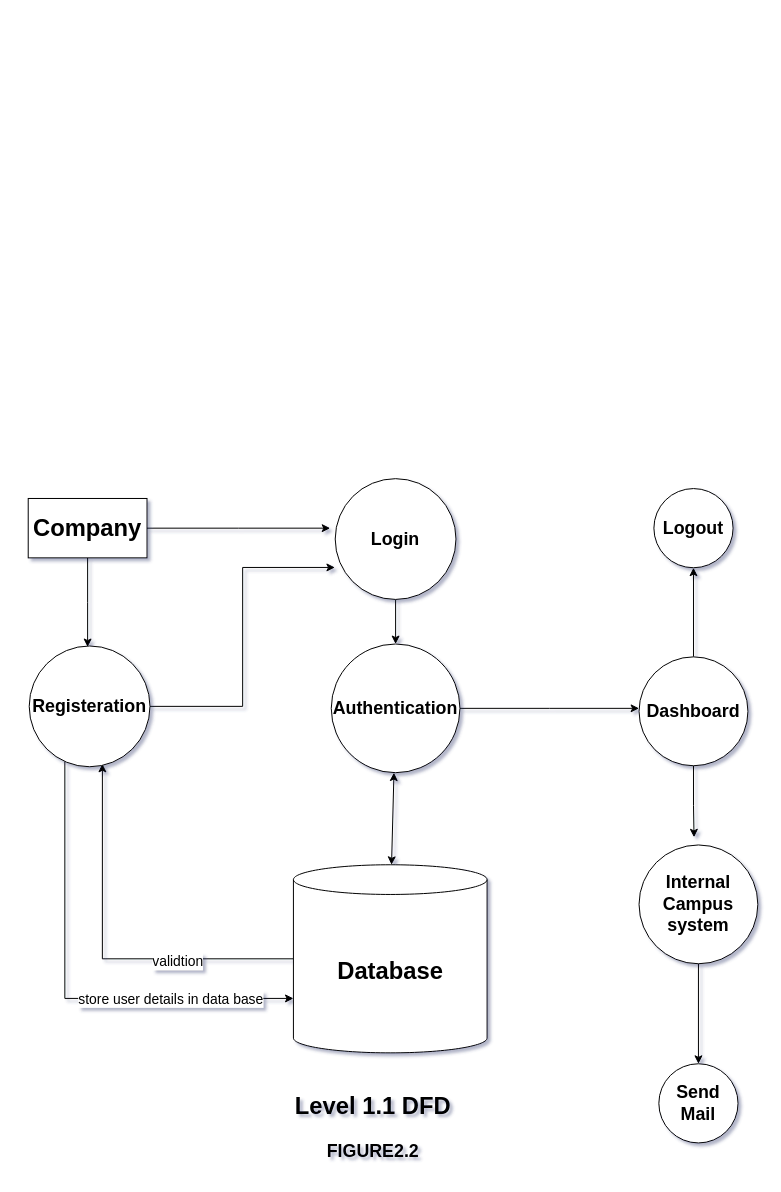
Above: company/level 1.1 DFD.drawio in bhatkt71/campus (draw.io), before the change. Source tidied: cells renumbered, new cells numbered last; positions are measured from the earlier drawing's top-left corner, leaving out a move shared by most shapes. Both pictures are drawn from the tidied source at 99%, with x=0, y=0 at pixel (28, 478).
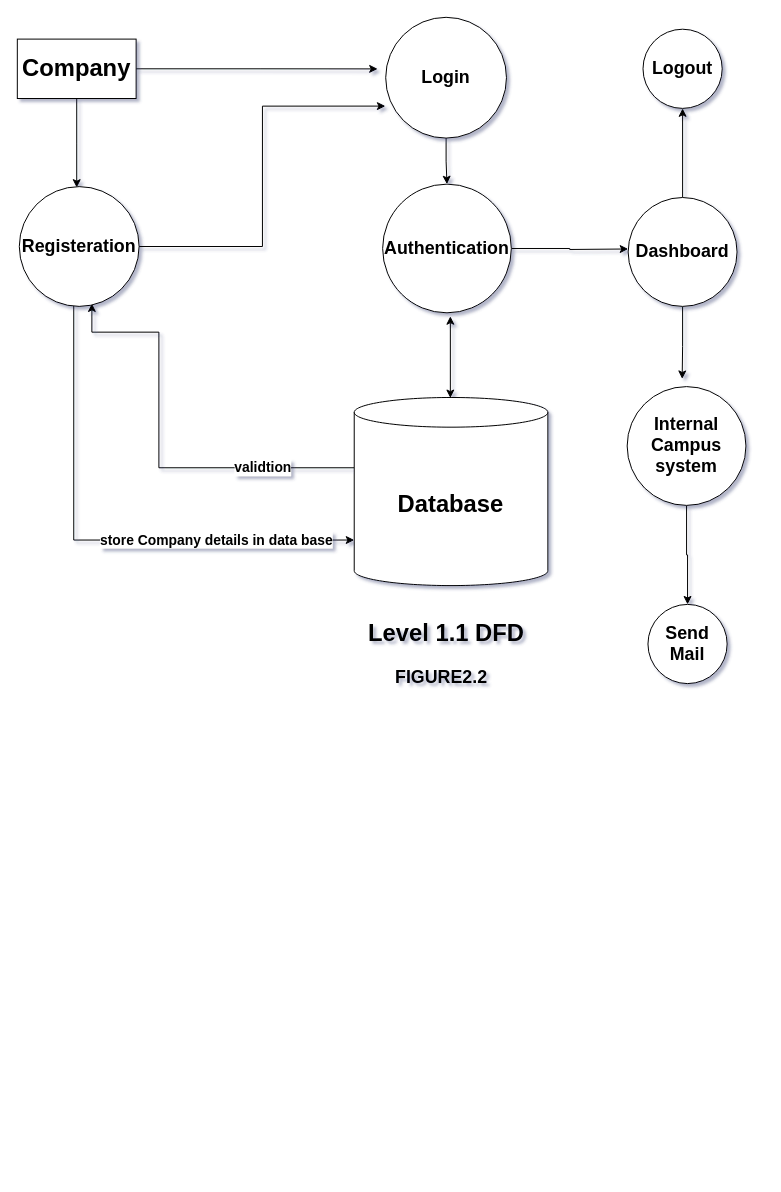
After the change.

What changed in the source:
```diff
@@
     <mxCell id="2" style="edgeStyle=orthogonalEdgeStyle;rounded=0;jettySize=auto;html=1;entryX=0.5;entryY=0;entryDx=0;entryDy=0;" parent="1" edge="1" source="4">
       <mxGeometry relative="1" as="geometry">
-        <mxPoint x="60" y="170" as="targetPoint" />
+        <mxPoint x="49" y="-294" as="targetPoint" />
       </mxGeometry>
     </mxCell>
-    <mxCell id="3" style="edgeStyle=orthogonalEdgeStyle;rounded=0;jettySize=auto;html=1;" parent="1" edge="1" source="4">
-      <mxGeometry relative="1" as="geometry">
-        <mxPoint x="305" y="50" as="targetPoint" />
-      </mxGeometry>
-    </mxCell>
+    <mxCell id="26" style="edgeStyle=orthogonalEdgeStyle;rounded=0;jettySize=auto;html=1;entryX=-0.067;entryY=0.427;entryDx=0;entryDy=0;entryPerimeter=0;" parent="1" edge="1" source="4" target="13">
+      <mxGeometry relative="1" as="geometry" />
+    </mxCell>
     <mxCell id="4" value="&lt;font style=&quot;font-size: 24px;&quot;&gt;&lt;b&gt;Company&lt;/b&gt;&lt;/font&gt;" style="whiteSpace=wrap;html=1;" parent="1" vertex="1">
-      <mxGeometry y="20" width="120" height="60" as="geometry" />
+      <mxGeometry x="-11" y="-444" width="120" height="60" as="geometry" />
     </mxCell>
     <mxCell id="5" style="edgeStyle=orthogonalEdgeStyle;rounded=0;jettySize=auto;html=1;entryX=0.606;entryY=0.976;entryDx=0;entryDy=0;entryPerimeter=0;" parent="1" edge="1" source="7" target="11">
-      <mxGeometry relative="1" as="geometry" />
+      <mxGeometry relative="1" as="geometry">
+        <Array as="points">
+          <mxPoint x="132" y="-11" />
+          <mxPoint x="132" y="-148" />
+          <mxPoint x="64" y="-148" />
+        </Array>
+      </mxGeometry>
     </mxCell>
-    <mxCell id="6" value="&lt;font style=&quot;font-size: 14px;&quot;&gt;validtion&lt;/font&gt;" style="edgeLabel;html=1;align=center;verticalAlign=middle;" parent="5" vertex="1">
-      <mxGeometry x="-0.4" y="2" relative="1" as="geometry" />
+    <mxCell id="6" value="&lt;font style=&quot;font-size: 14px;&quot;&gt;&lt;b&gt;validtion&lt;/b&gt;&lt;/font&gt;" style="edgeLabel;html=1;align=center;verticalAlign=middle;" parent="5" vertex="1">
+      <mxGeometry x="-0.4" y="2" relative="1" as="geometry">
+        <mxPoint x="36" y="-3" as="offset" />
+      </mxGeometry>
     </mxCell>
     <mxCell id="7" value="&lt;font style=&quot;font-size: 24px;&quot;&gt;&lt;b&gt;Database&lt;/b&gt;&lt;/font&gt;" style="shape=cylinder3;whiteSpace=wrap;html=1;boundedLbl=1;backgroundOutline=1;size=15;" parent="1" vertex="1">
-      <mxGeometry x="267.9" y="390" width="195.6" height="190" as="geometry" />
+      <mxGeometry x="329.3" y="-82" width="195.6" height="190" as="geometry" />
     </mxCell>
@@
-    <mxCell id="9" style="edgeStyle=orthogonalEdgeStyle;rounded=0;jettySize=auto;html=1;entryX=0;entryY=0;entryDx=0;entryDy=135;entryPerimeter=0;" parent="1" edge="1" source="11" target="7">
-      <mxGeometry relative="1" as="geometry">
-        <Array as="points">
-          <mxPoint x="37" y="525" />
-        </Array>
-      </mxGeometry>
-    </mxCell>
-    <mxCell id="10" value="&lt;font style=&quot;font-size: 14px;&quot;&gt;store user details in data base&lt;/font&gt;" style="edgeLabel;html=1;align=center;verticalAlign=middle;" parent="9" vertex="1">
-      <mxGeometry x="0.47" relative="1" as="geometry" />
-    </mxCell>
+    <mxCell id="27" style="edgeStyle=orthogonalEdgeStyle;rounded=0;jettySize=auto;html=1;" parent="1" edge="1" target="7">
+      <mxGeometry relative="1" as="geometry">
+        <mxPoint x="46" y="-177" as="sourcePoint" />
+        <Array as="points">
+          <mxPoint x="46" y="62" />
+        </Array>
+      </mxGeometry>
+    </mxCell>
+    <mxCell id="28" value="&lt;b style=&quot;border-color: var(--border-color); font-size: 14px;&quot;&gt;store Company details in data base&lt;/b&gt;" style="edgeLabel;html=1;align=center;verticalAlign=middle;" parent="27" vertex="1">
+      <mxGeometry x="0.46" y="-2" relative="1" as="geometry">
+        <mxPoint x="1" y="-3" as="offset" />
+      </mxGeometry>
+    </mxCell>
     <mxCell id="11" value="&lt;span style=&quot;border-color: var(--border-color);&quot;&gt;&lt;font style=&quot;font-size: 18px;&quot;&gt;&lt;b&gt;Registeration&lt;/b&gt;&lt;/font&gt;&lt;/span&gt;" style="ellipse;whiteSpace=wrap;html=1;" parent="1" vertex="1">
-      <mxGeometry x="1" y="169" width="122" height="122" as="geometry" />
+      <mxGeometry x="-9" y="-295" width="121" height="121" as="geometry" />
     </mxCell>
@@
     <mxCell id="13" value="&lt;b style=&quot;border-color: var(--border-color);&quot;&gt;&lt;font style=&quot;font-size: 18px;&quot;&gt;Login&lt;/font&gt;&lt;/b&gt;" style="ellipse;whiteSpace=wrap;html=1;" parent="1" vertex="1">
-      <mxGeometry x="310.1" width="122" height="122" as="geometry" />
+      <mxGeometry x="361.1" y="-466" width="122" height="122" as="geometry" />
     </mxCell>
     <mxCell id="14" style="edgeStyle=orthogonalEdgeStyle;rounded=0;jettySize=auto;html=1;" parent="1" edge="1" source="15">
       <mxGeometry relative="1" as="geometry">
-        <mxPoint x="617" y="232" as="targetPoint" />
+        <mxPoint x="606" y="-232" as="targetPoint" />
       </mxGeometry>
     </mxCell>
     <mxCell id="15" value="&lt;b style=&quot;border-color: var(--border-color);&quot;&gt;&lt;font style=&quot;font-size: 18px;&quot;&gt;Authentication&lt;/font&gt;&lt;/b&gt;" style="ellipse;whiteSpace=wrap;html=1;" parent="1" vertex="1">
-      <mxGeometry x="306.1" y="167" width="130" height="130" as="geometry" />
+      <mxGeometry x="358" y="-297.5" width="130" height="130" as="geometry" />
     </mxCell>
     <mxCell id="16" value="&lt;b style=&quot;border-color: var(--border-color);&quot;&gt;&lt;font style=&quot;font-size: 18px;&quot;&gt;Logout&lt;/font&gt;&lt;/b&gt;" style="ellipse;whiteSpace=wrap;html=1;" parent="1" vertex="1">
-      <mxGeometry x="632" y="10" width="80" height="80" as="geometry" />
+      <mxGeometry x="621" y="-454" width="80" height="80" as="geometry" />
     </mxCell>
@@
     <mxCell id="19" value="&lt;b style=&quot;border-color: var(--border-color);&quot;&gt;&lt;font style=&quot;font-size: 18px;&quot;&gt;Dashboard&lt;/font&gt;&lt;/b&gt;" style="ellipse;whiteSpace=wrap;html=1;" parent="1" vertex="1">
-      <mxGeometry x="617" y="180" width="110" height="110" as="geometry" />
+      <mxGeometry x="606" y="-284" width="110" height="110" as="geometry" />
     </mxCell>
@@
     <mxCell id="21" value="&lt;b style=&quot;border-color: var(--border-color);&quot;&gt;&lt;font style=&quot;font-size: 18px;&quot;&gt;Internal Campus system&lt;/font&gt;&lt;/b&gt;" style="ellipse;whiteSpace=wrap;html=1;" parent="1" vertex="1">
-      <mxGeometry x="617" y="370" width="120" height="120" as="geometry" />
+      <mxGeometry x="605" y="-93" width="120" height="120" as="geometry" />
     </mxCell>
-    <mxCell id="22" style="endArrow=classic;startArrow=classic;html=1;rounded=0;" parent="1" edge="1" target="15">
-      <mxGeometry relative="1" as="geometry">
-        <mxPoint x="367" y="390" as="sourcePoint" />
-      </mxGeometry>
-    </mxCell>
     <mxCell id="23" value="&lt;font style=&quot;font-size: 24px;&quot;&gt;&lt;b&gt;Level 1.1 DFD&lt;/b&gt;&lt;/font&gt;" style="text;html=1;align=center;verticalAlign=middle;strokeColor=none;fillColor=none;" parent="1" vertex="1">
-      <mxGeometry x="260" y="613" width="175" height="41" as="geometry" />
+      <mxGeometry x="334.5" y="135" width="175" height="41" as="geometry" />
     </mxCell>
     <mxCell id="24" value="&lt;font style=&quot;font-size: 18px;&quot;&gt;&lt;b&gt;FIGURE2.2&lt;/b&gt;&lt;/font&gt;" style="text;html=1;align=center;verticalAlign=middle;strokeColor=none;fillColor=none;" parent="1" vertex="1">
-      <mxGeometry x="292" y="663" width="111" height="34" as="geometry" />
+      <mxGeometry x="361.1" y="184" width="111" height="34" as="geometry" />
     </mxCell>
     <mxCell id="25" value="&lt;font style=&quot;font-size: 18px;&quot;&gt;&lt;b style=&quot;&quot;&gt;Send Mail&lt;/b&gt;&lt;/font&gt;" style="ellipse;whiteSpace=wrap;html=1;" parent="1" vertex="1">
-      <mxGeometry x="637" y="591" width="80" height="80" as="geometry" />
+      <mxGeometry x="626" y="127" width="80" height="80" as="geometry" />
     </mxCell>
+    <mxCell id="29" style="endArrow=classic;startArrow=classic;html=1;rounded=0;entryX=0.5;entryY=1;entryDx=0;entryDy=0;" parent="1" edge="1">
+      <mxGeometry relative="1" as="geometry">
+        <mxPoint x="426.4" y="-81.5" as="sourcePoint" />
+        <mxPoint x="426.4" y="-164" as="targetPoint" />
+      </mxGeometry>
+    </mxCell>
```
